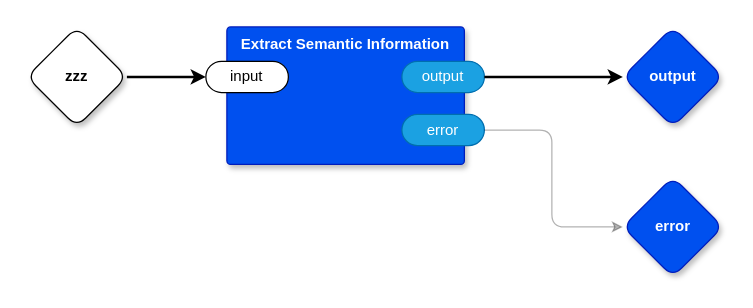
Above: page "main" (1 of 6) of top.drawio in guitarvydas/kinopio2md (draw.io), before the change. Source tidied: cells renumbered, new cells numbered last; positions are measured from the earlier drawing's top-left corner, leaving out a move shared by most shapes. Both pictures are drawn from the tidied source at 125%, with x=0, y=0 at pixel (26, 26).
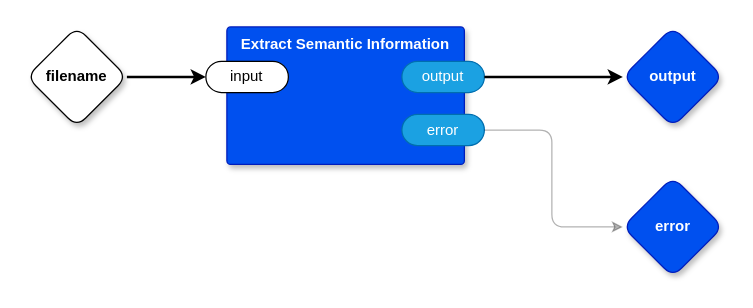
Above is the later version.

Commit message (it also covers changes not shown here):
top input renamed to filename

The edit, as a diff of the source:
```diff
@@
 <mxGraphModel>
   <root>
     <mxCell id="0" />
     <mxCell id="1" parent="0" />
     <mxCell id="2" style="edgeStyle=orthogonalEdgeStyle;shape=connector;rounded=1;jettySize=auto;html=1;exitX=1;exitY=0.5;exitDx=0;exitDy=0;exitPerimeter=0;entryX=0;entryY=0.5;entryDx=0;entryDy=0;entryPerimeter=0;labelBackgroundColor=default;strokeColor=default;fontFamily=Helvetica;fontSize=11;fontColor=default;endArrow=classic;strokeWidth=2;" parent="1" edge="1" source="3" target="6">
       <mxGeometry relative="1" as="geometry" />
     </mxCell>
-    <mxCell id="3" value="zzz" style="rhombus;whiteSpace=wrap;html=1;rounded=1;fontStyle=1;glass=0;sketch=0;fontSize=12;points=[[0,0.5,0,0,0],[0.5,0,0,0,0],[0.5,1,0,0,0],[1,0.5,0,0,0]];shadow=1;" parent="1" vertex="1">
+    <mxCell id="3" value="filename" style="rhombus;whiteSpace=wrap;html=1;rounded=1;fontStyle=1;glass=0;sketch=0;fontSize=12;points=[[0,0.5,0,0,0],[0.5,0,0,0,0],[0.5,1,0,0,0],[1,0.5,0,0,0]];shadow=1;" parent="1" vertex="1">
       <mxGeometry width="80" height="80" as="geometry" />
     </mxCell>
     <mxCell id="4" value="output" style="rhombus;whiteSpace=wrap;html=1;rounded=1;fillColor=#0050ef;fontColor=#ffffff;strokeColor=#001DBC;fontStyle=1;glass=0;sketch=0;fontSize=12;points=[[0,0.5,0,0,0],[0.5,0,0,0,0],[0.5,1,0,0,0],[1,0.5,0,0,0]];shadow=1;" parent="1" vertex="1">
       <mxGeometry x="476.8" width="80" height="80" as="geometry" />
     </mxCell>
     <mxCell id="5" value="Extract Semantic Information" style="rounded=1;whiteSpace=wrap;html=1;sketch=0;verticalAlign=top;arcSize=6;fontStyle=1;absoluteArcSize=1;shadow=1;strokeColor=#001DBC;fillColor=#0050ef;fontColor=#ffffff;" parent="1" vertex="1">
       <mxGeometry x="160" width="190" height="110" as="geometry" />
     </mxCell>
     <mxCell id="6" value="input" style="rounded=1;whiteSpace=wrap;html=1;sketch=0;points=[[0,0.5,0,0,0],[1,0.5,0,0,0]];arcSize=50;" parent="5" vertex="1">
       <mxGeometry x="-16.8" y="27.5" width="66" height="25" as="geometry" />
     </mxCell>
     <mxCell id="7" value="error" style="rounded=1;whiteSpace=wrap;html=1;sketch=0;points=[[0,0.5,0,0,0],[1,0.5,0,0,0]];fillColor=#1ba1e2;fontColor=#ffffff;strokeColor=#006EAF;arcSize=50;" parent="5" vertex="1">
       <mxGeometry x="140" y="70" width="66" height="25" as="geometry" />
     </mxCell>
     <mxCell id="8" value="output" style="rounded=1;whiteSpace=wrap;html=1;sketch=0;points=[[0,0.5,0,0,0],[1,0.5,0,0,0]];fillColor=#1ba1e2;fontColor=#ffffff;strokeColor=#006EAF;arcSize=50;" parent="5" vertex="1">
       <mxGeometry x="140" y="27.5" width="66" height="25" as="geometry" />
     </mxCell>
     <mxCell id="9" value="error" style="rhombus;whiteSpace=wrap;html=1;rounded=1;fillColor=#0050ef;fontColor=#ffffff;strokeColor=#001DBC;fontStyle=1;glass=0;sketch=0;fontSize=12;points=[[0,0.5,0,0,0],[0.5,0,0,0,0],[0.5,1,0,0,0],[1,0.5,0,0,0]];shadow=1;" parent="1" vertex="1">
       <mxGeometry x="476.8" y="120" width="80" height="80" as="geometry" />
     </mxCell>
     <mxCell id="10" style="edgeStyle=orthogonalEdgeStyle;rounded=0;jettySize=auto;html=1;exitX=1;exitY=0.5;exitDx=0;exitDy=0;exitPerimeter=0;entryX=0;entryY=0.5;entryDx=0;entryDy=0;entryPerimeter=0;strokeWidth=2;" parent="1" edge="1" source="8" target="4">
       <mxGeometry relative="1" as="geometry">
         <Array as="points">
           <mxPoint x="400" y="40" />
           <mxPoint x="400" y="40" />
         </Array>
       </mxGeometry>
     </mxCell>
     <mxCell id="11" style="edgeStyle=orthogonalEdgeStyle;rounded=1;jettySize=auto;html=1;exitX=1;exitY=0.5;exitDx=0;exitDy=0;exitPerimeter=0;entryX=0;entryY=0.5;entryDx=0;entryDy=0;entryPerimeter=0;opacity=30;" parent="1" edge="1" source="7" target="9">
       <mxGeometry relative="1" as="geometry">
         <Array as="points">
           <mxPoint x="420" y="83" />
           <mxPoint x="420" y="160" />
         </Array>
       </mxGeometry>
     </mxCell>
   </root>
 </mxGraphModel>
```
